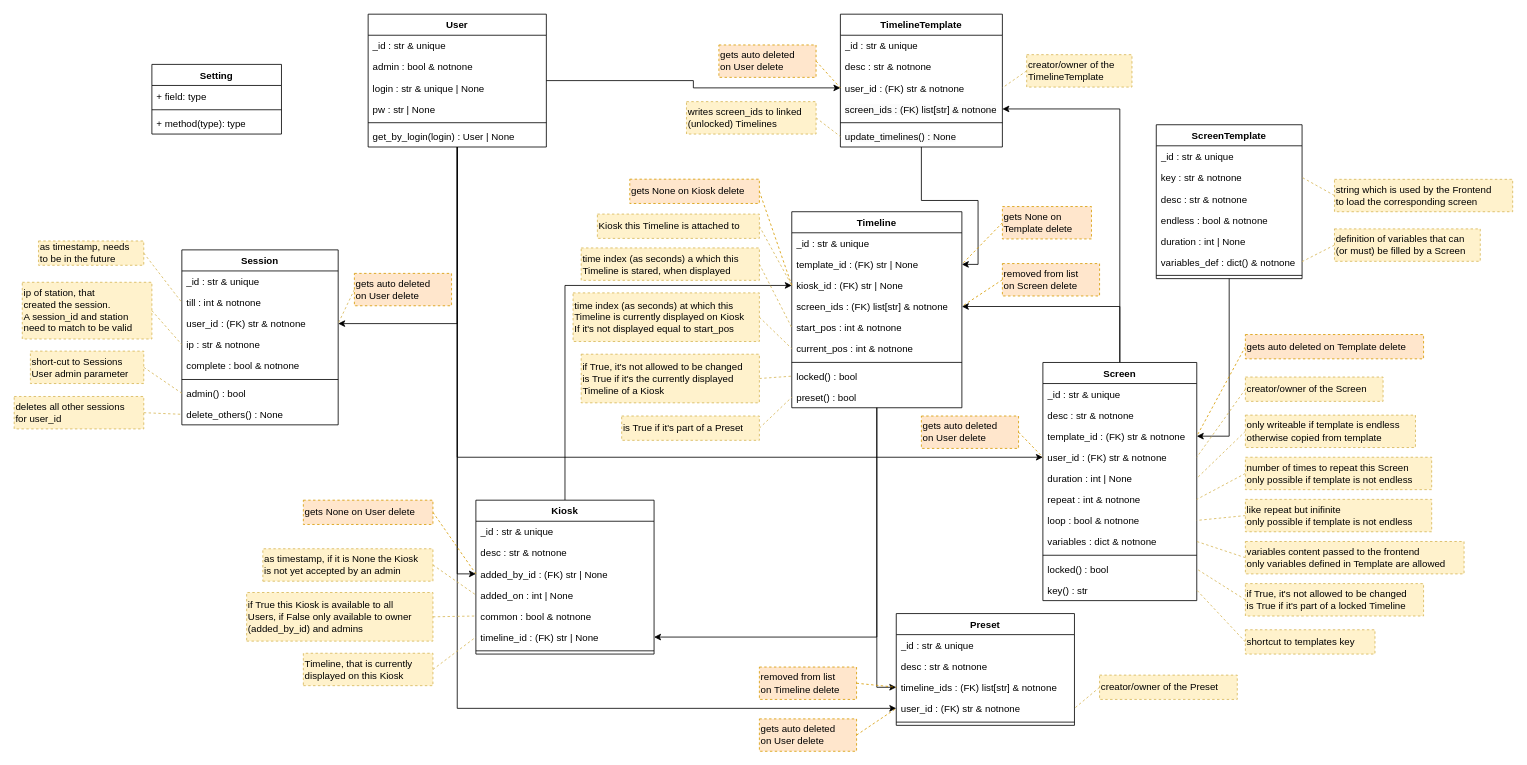
Above: docs/elements.drawio in nlptournament/nlpt-kiosk (draw.io), before the change. Source tidied: cells renumbered, new cells numbered last; positions are measured from the earlier drawing's top-left corner, leaving out a move shared by most shapes. Both pictures are drawn from the tidied source at 81%, with x=0, y=0 at pixel (14, 14).
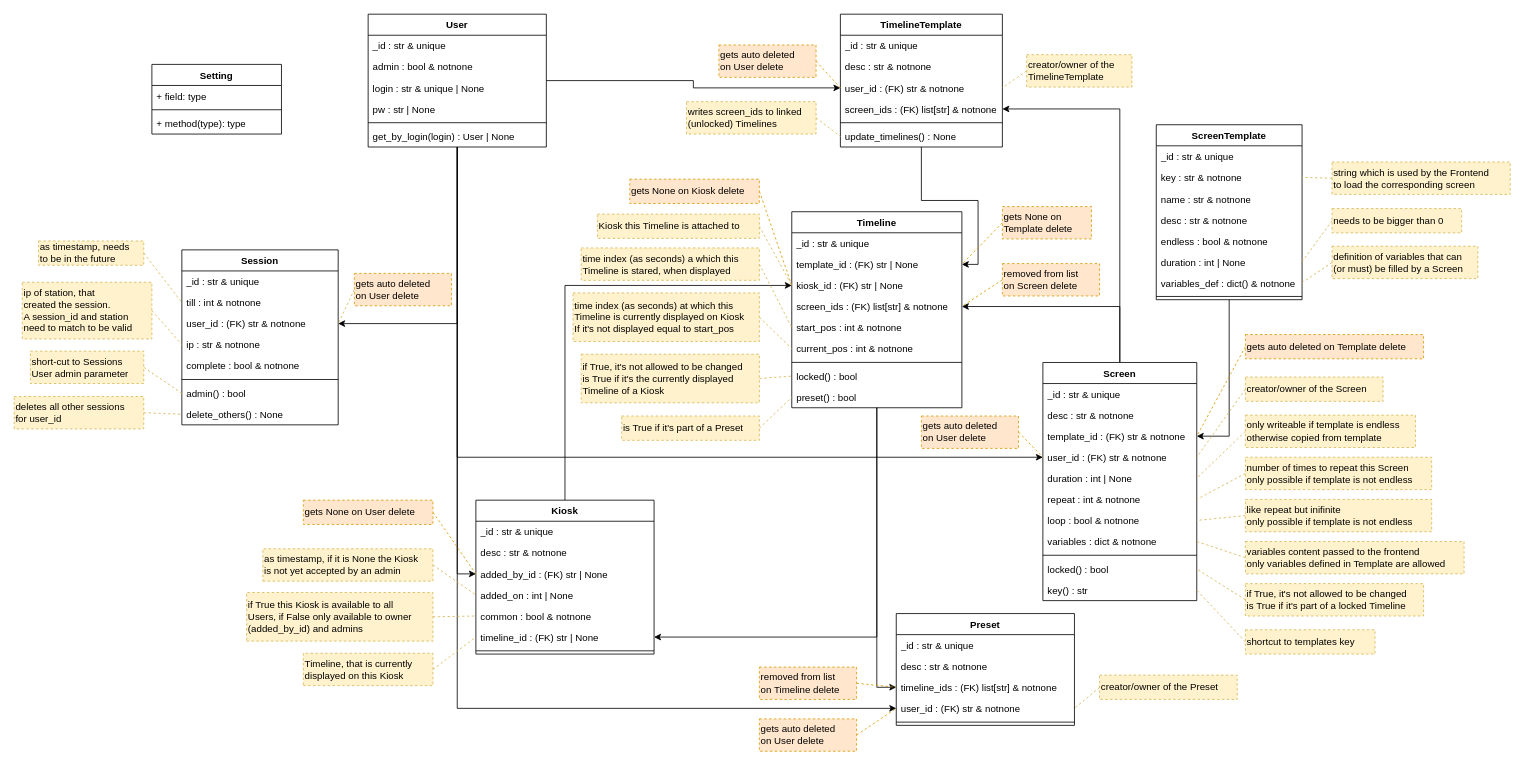
After the change.

Diff of the diagram source:
```diff
@@
     <mxCell id="67" value="ScreenTemplate" style="swimlane;fontStyle=1;align=center;verticalAlign=top;horizontal=1;startSize=26;whiteSpace=wrap;html=1;" parent="1" vertex="1">
-      <mxGeometry x="1410" y="136.5" width="180" height="190" as="geometry" />
+      <mxGeometry x="1410" y="136.5" width="180" height="216" as="geometry" />
     </mxCell>
@@
+    <mxCell id="153" value="name : str &amp;amp; notnone" style="text;strokeColor=none;fillColor=none;align=left;verticalAlign=top;spacingLeft=4;spacingRight=4;overflow=hidden;whiteSpace=wrap;html=1;" parent="67" vertex="1">
+      <mxGeometry y="78" width="180" height="26" as="geometry" />
+    </mxCell>
     <mxCell id="70" value="desc : str &amp;amp; notnone" style="text;strokeColor=none;fillColor=none;align=left;verticalAlign=top;spacingLeft=4;spacingRight=4;overflow=hidden;whiteSpace=wrap;html=1;" parent="67" vertex="1">
-      <mxGeometry y="78" width="180" height="26" as="geometry" />
+      <mxGeometry y="104" width="180" height="26" as="geometry" />
     </mxCell>
     <mxCell id="71" value="endless : bool &amp;amp; notnone" style="text;strokeColor=none;fillColor=none;align=left;verticalAlign=top;spacingLeft=4;spacingRight=4;overflow=hidden;whiteSpace=wrap;html=1;" parent="67" vertex="1">
-      <mxGeometry y="104" width="180" height="26" as="geometry" />
+      <mxGeometry y="130" width="180" height="26" as="geometry" />
     </mxCell>
     <mxCell id="72" value="duration : int | None" style="text;strokeColor=none;fillColor=none;align=left;verticalAlign=top;spacingLeft=4;spacingRight=4;overflow=hidden;points=[[0,0.5],[1,0.5]];portConstraint=eastwest;whiteSpace=wrap;html=1;" parent="67" vertex="1">
-      <mxGeometry y="130" width="180" height="26" as="geometry" />
+      <mxGeometry y="156" width="180" height="26" as="geometry" />
     </mxCell>
     <mxCell id="73" value="variables_def : dict() &amp;amp; notnone" style="text;strokeColor=none;fillColor=none;align=left;verticalAlign=top;spacingLeft=4;spacingRight=4;overflow=hidden;points=[[0,0.5],[1,0.5]];portConstraint=eastwest;whiteSpace=wrap;html=1;" parent="67" vertex="1">
-      <mxGeometry y="156" width="180" height="26" as="geometry" />
+      <mxGeometry y="182" width="180" height="26" as="geometry" />
     </mxCell>
     <mxCell id="74" style="line;strokeWidth=1;fillColor=none;align=left;verticalAlign=middle;spacingTop=-1;spacingLeft=3;spacingRight=3;labelPosition=right;strokeColor=inherit;" parent="67" vertex="1">
-      <mxGeometry y="182" width="180" height="8" as="geometry" />
+      <mxGeometry y="208" width="180" height="8" as="geometry" />
     </mxCell>
@@
     <mxCell id="120" value="&lt;div&gt;string which is used by the Frontend&lt;/div&gt;&lt;div&gt;to l&lt;span style=&quot;background-color: initial;&quot;&gt;oad the corresponding screen&lt;/span&gt;&lt;/div&gt;" style="rounded=0;whiteSpace=wrap;html=1;fillColor=#fff2cc;strokeColor=#d6b656;dashed=1;align=left;verticalAlign=middle;horizontal=1;labelPosition=center;verticalLabelPosition=middle;" parent="1" vertex="1">
-      <mxGeometry x="1630" y="203.9" width="220" height="40" as="geometry" />
+      <mxGeometry x="1627" y="182.5" width="220" height="40" as="geometry" />
     </mxCell>
@@
     <mxCell id="122" value="&lt;div&gt;definition of variables that can&lt;/div&gt;&lt;div&gt;(or must) be filled by a Screen&lt;/div&gt;" style="rounded=0;whiteSpace=wrap;html=1;fillColor=#fff2cc;strokeColor=#d6b656;dashed=1;align=left;verticalAlign=middle;horizontal=1;labelPosition=center;verticalLabelPosition=middle;" parent="1" vertex="1">
-      <mxGeometry x="1630" y="265.1" width="180" height="40" as="geometry" />
+      <mxGeometry x="1627" y="286.5" width="180" height="40" as="geometry" />
     </mxCell>
@@
+    <mxCell id="154" style="html=1;exitX=0;exitY=0.5;exitDx=0;exitDy=0;entryX=1;entryY=0.5;entryDx=0;entryDy=0;endArrow=none;endFill=0;dashed=1;fillColor=#fff2cc;strokeColor=#d6b656;" parent="1" edge="1" source="155" target="72">
+      <mxGeometry relative="1" as="geometry" />
+    </mxCell>
+    <mxCell id="155" value="&lt;div&gt;needs to be bigger than 0&lt;/div&gt;" style="rounded=0;whiteSpace=wrap;html=1;fillColor=#fff2cc;strokeColor=#d6b656;dashed=1;align=left;verticalAlign=middle;horizontal=1;labelPosition=center;verticalLabelPosition=middle;" parent="1" vertex="1">
+      <mxGeometry x="1627" y="240" width="160" height="30" as="geometry" />
+    </mxCell>
```
